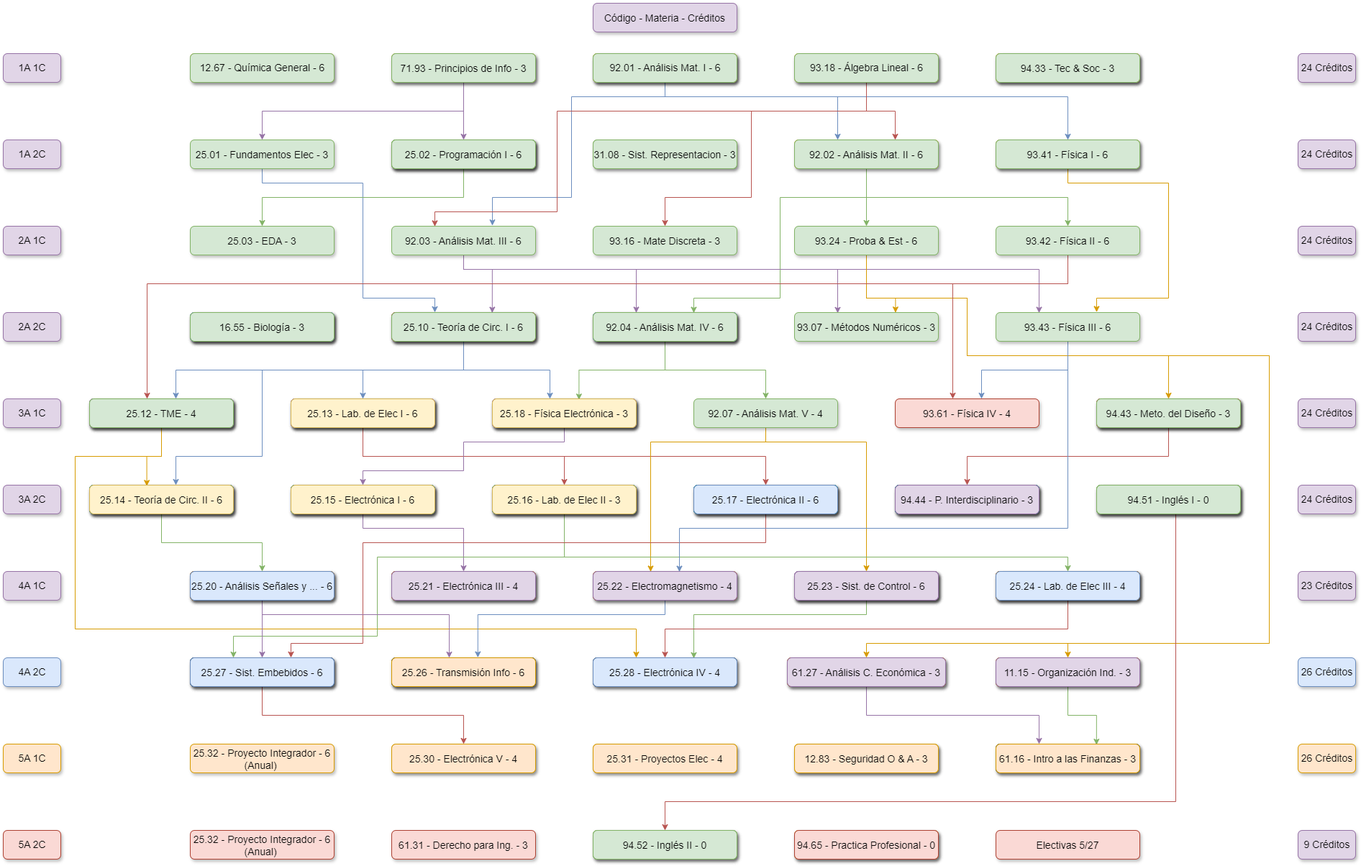
Earlier version of the draw.io export K22.drawio.png (juanipla/K22). Source tidied: cells renumbered, new cells last; positions are measured from the earlier drawing's top-left corner, leaving out a move shared by most shapes.
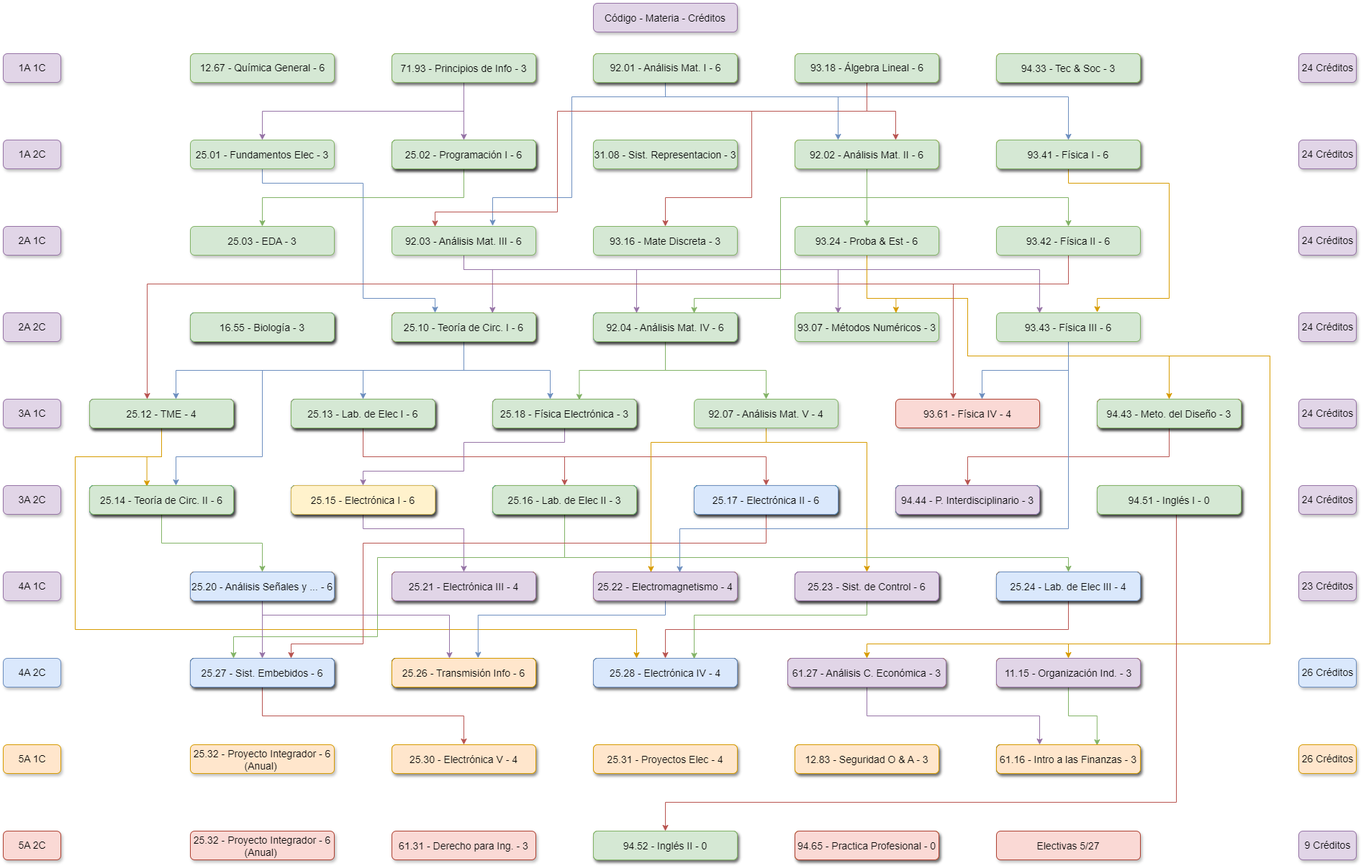
After the commit.

The edit, as a diff of the source:
```diff
@@ -862,22 +862,22 @@
     <mxCell id="197" value="92.04 - Análisis Mat. IV - 6" style="rounded=1;fillColor=#d5e8d4;strokeColor=#82b366;shadow=1;fontStyle=0;fontSize=14;labelBorderColor=none;labelBackgroundColor=none;verticalAlign=middle;" parent="1" vertex="1">
       <mxGeometry x="820" y="430" width="200" height="40" as="geometry" />
     </mxCell>
-    <mxCell id="198" value="25.18 - Física Electrónica - 3" style="rounded=1;fillColor=#fff2cc;strokeColor=#d6b656;shadow=1;fontStyle=0;fontSize=14;labelBorderColor=none;labelBackgroundColor=none;verticalAlign=middle;" parent="1" vertex="1">
+    <mxCell id="198" value="25.18 - Física Electrónica - 3" style="rounded=1;fillColor=#d5e8d4;strokeColor=#82b366;shadow=1;fontStyle=0;fontSize=14;labelBorderColor=none;labelBackgroundColor=none;verticalAlign=middle;" parent="1" vertex="1">
       <mxGeometry x="680" y="550" width="200" height="40" as="geometry" />
     </mxCell>
-    <mxCell id="199" value="25.13 - Lab. de Elec I - 6" style="rounded=1;fillColor=#fff2cc;strokeColor=#d6b656;shadow=1;fontStyle=0;fontSize=14;labelBorderColor=none;labelBackgroundColor=none;" parent="1" vertex="1">
+    <mxCell id="199" value="25.13 - Lab. de Elec I - 6" style="rounded=1;fillColor=#d5e8d4;strokeColor=#82b366;shadow=1;fontStyle=0;fontSize=14;labelBorderColor=none;labelBackgroundColor=none;" parent="1" vertex="1">
       <mxGeometry x="400" y="550" width="200" height="40" as="geometry" />
     </mxCell>
     <mxCell id="200" value="25.12 - TME - 4" style="rounded=1;fillColor=#d5e8d4;strokeColor=#82b366;shadow=1;fontStyle=0;fontSize=14;labelBorderColor=none;labelBackgroundColor=none;" parent="1" vertex="1">
       <mxGeometry x="120" y="550" width="200" height="40" as="geometry" />
     </mxCell>
-    <mxCell id="201" value="25.14 - Teoría de Circ. II - 6" style="rounded=1;fillColor=#fff2cc;strokeColor=#d6b656;shadow=1;fontStyle=0;fontSize=14;labelBorderColor=none;labelBackgroundColor=none;" parent="1" vertex="1">
+    <mxCell id="201" value="25.14 - Teoría de Circ. II - 6" style="rounded=1;fillColor=#d5e8d4;strokeColor=#82b366;shadow=1;fontStyle=0;fontSize=14;labelBorderColor=none;labelBackgroundColor=none;" parent="1" vertex="1">
       <mxGeometry x="120" y="670" width="200" height="40" as="geometry" />
     </mxCell>
     <mxCell id="202" value="25.15 - Electrónica I - 6" style="rounded=1;fillColor=#fff2cc;strokeColor=#d6b656;shadow=1;fontStyle=0;fontSize=14;labelBorderColor=none;labelBackgroundColor=none;" parent="1" vertex="1">
       <mxGeometry x="400" y="670" width="200" height="40" as="geometry" />
     </mxCell>
-    <mxCell id="203" value="25.16 - Lab. de Elec II - 3" style="rounded=1;fillColor=#fff2cc;strokeColor=#d6b656;shadow=1;fontStyle=0;fontSize=14;labelBorderColor=none;labelBackgroundColor=none;verticalAlign=middle;" parent="1" vertex="1">
+    <mxCell id="203" value="25.16 - Lab. de Elec II - 3" style="rounded=1;fillColor=#d5e8d4;strokeColor=#82b366;shadow=1;fontStyle=0;fontSize=14;labelBorderColor=none;labelBackgroundColor=none;verticalAlign=middle;" parent="1" vertex="1">
       <mxGeometry x="680" y="670" width="200" height="40" as="geometry" />
     </mxCell>
     <mxCell id="204" value="25.17 - Electrónica II - 6" style="rounded=1;fillColor=#dae8fc;strokeColor=#6c8ebf;shadow=1;fontStyle=0;fontSize=14;labelBorderColor=none;labelBackgroundColor=none;verticalAlign=middle;" parent="1" vertex="1">
```
